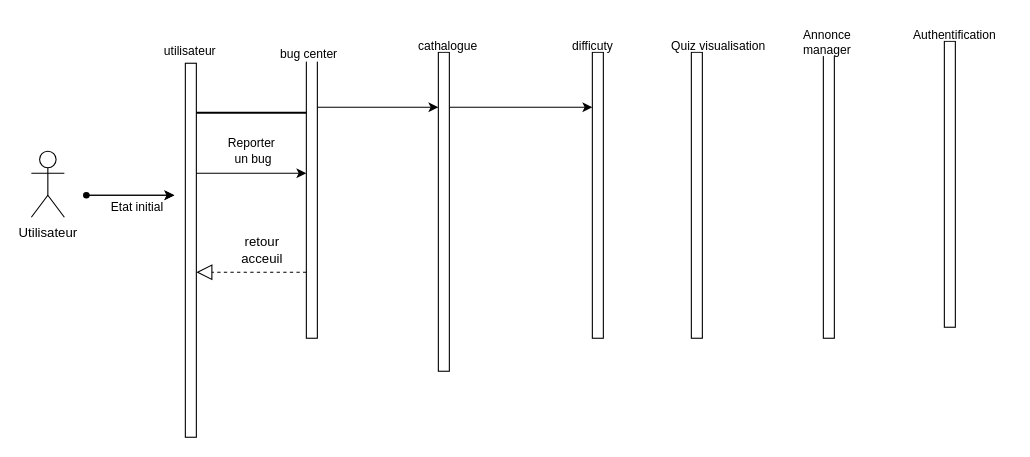
Above: page "Page-2" (2 of 2) of Diagramme sans nom.drawio in murielleflora/test-repositoire (draw.io), before the change. Source tidied: cells renumbered, new cells numbered last; positions are measured from the earlier drawing's top-left corner, leaving out a move shared by most shapes. Both pictures are drawn from the tidied source at 110%, with x=0, y=0 at pixel (31, 19).
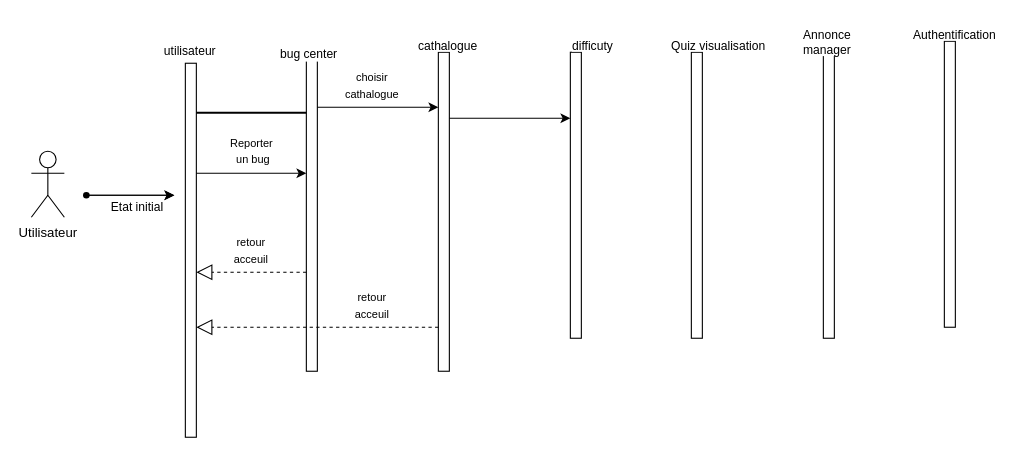
The same diagram, later.

Commit message:
enregitrement du diagramme des sequence

The change refers to these unchanged cells:
```xml
<mxCell id="2" style="html=1;points=[[0,0,0,0,5],[0,1,0,0,-5],[1,0,0,0,5],[1,1,0,0,-5]];perimeter=orthogonalPerimeter;outlineConnect=0;targetShapes=umlLifeline;portConstraint=eastwest;newEdgeStyle={&quot;curved&quot;:0,&quot;rounded&quot;:0};" parent="1" vertex="1">
  <mxGeometry x="140" y="40" width="10" height="340" as="geometry" />
</mxCell>
<mxCell id="8" style="html=1;points=[[0,0,0,0,5],[0,1,0,0,-5],[1,0,0,0,5],[1,1,0,0,-5]];perimeter=orthogonalPerimeter;outlineConnect=0;targetShapes=umlLifeline;portConstraint=eastwest;newEdgeStyle={&quot;curved&quot;:0,&quot;rounded&quot;:0};" parent="1" vertex="1">
  <mxGeometry x="370" y="30" width="10" height="290" as="geometry" />
</mxCell>
```

The edit, as a diff of the source:
```diff
@@
     <mxCell id="7" style="html=1;points=[[0,0,0,0,5],[0,1,0,0,-5],[1,0,0,0,5],[1,1,0,0,-5]];perimeter=orthogonalPerimeter;outlineConnect=0;targetShapes=umlLifeline;portConstraint=eastwest;newEdgeStyle={&quot;curved&quot;:0,&quot;rounded&quot;:0};" parent="1" vertex="1">
-      <mxGeometry x="250" y="30" width="10" height="260" as="geometry" />
+      <mxGeometry x="250" y="30" width="10" height="290" as="geometry" />
     </mxCell>
@@
     <mxCell id="9" style="html=1;perimeter=orthogonalPerimeter;targetShapes=umlLifeline;newEdgeStyle={&quot;curved&quot;:0,&quot;rounded&quot;:0};" parent="1" vertex="1">
-      <mxGeometry x="510" y="30" width="10" height="260" as="geometry" />
+      <mxGeometry x="490" y="30" width="10" height="260" as="geometry" />
     </mxCell>
@@
-    <mxCell id="15" style="endArrow=classic;html=1;rounded=0;" parent="1" edge="1" source="8">
+    <mxCell id="15" style="endArrow=classic;html=1;rounded=0;" parent="1" edge="1">
       <mxGeometry relative="1" as="geometry">
-        <mxPoint x="510" y="80" as="targetPoint" />
+        <mxPoint x="380" y="90" as="sourcePoint" />
+        <mxPoint x="490" y="90" as="targetPoint" />
       </mxGeometry>
     </mxCell>
@@
-    <mxCell id="25" value="Reporter&lt;br&gt;&amp;nbsp;un bug" style="endArrow=classic;html=1;rounded=0;" parent="1" edge="1" source="2" target="7">
+    <mxCell id="25" value="&lt;font style=&quot;font-size: 10px;&quot;&gt;Reporter&lt;br&gt;&amp;nbsp;un bug&lt;/font&gt;" style="endArrow=classic;html=1;rounded=0;" parent="1" edge="1" source="2" target="7">
       <mxGeometry y="20" relative="1" as="geometry">
         <Array as="points">
           <mxPoint x="220" y="140" />
         </Array>
       </mxGeometry>
     </mxCell>
@@
-    <mxCell id="27" value="retour acceuil" style="text;html=1;strokeColor=none;fillColor=none;align=center;verticalAlign=middle;whiteSpace=wrap;rounded=0;" parent="1" vertex="1">
-      <mxGeometry x="180" y="200" width="60" height="20" as="geometry" />
+    <mxCell id="27" value="&lt;font style=&quot;font-size: 10px;&quot;&gt;retour acceuil&lt;/font&gt;" style="text;html=1;strokeColor=none;fillColor=none;align=center;verticalAlign=middle;whiteSpace=wrap;rounded=0;" parent="1" vertex="1">
+      <mxGeometry x="170" y="200" width="60" height="20" as="geometry" />
     </mxCell>
+    <mxCell id="28" style="endArrow=block;dashed=1;endFill=0;endSize=12;html=1;rounded=0;" parent="1" edge="1">
+      <mxGeometry relative="1" as="geometry">
+        <mxPoint x="370" y="280" as="sourcePoint" />
+        <mxPoint x="150" y="280" as="targetPoint" />
+      </mxGeometry>
+    </mxCell>
+    <mxCell id="29" value="&lt;font style=&quot;font-size: 10px;&quot;&gt;retour acceuil&lt;/font&gt;" style="text;html=1;strokeColor=none;fillColor=none;align=center;verticalAlign=middle;whiteSpace=wrap;rounded=0;" parent="1" vertex="1">
+      <mxGeometry x="280" y="250" width="60" height="20" as="geometry" />
+    </mxCell>
+    <mxCell id="30" value="&lt;font style=&quot;font-size: 10px;&quot;&gt;choisir cathalogue&lt;/font&gt;" style="text;html=1;strokeColor=none;fillColor=none;align=center;verticalAlign=middle;whiteSpace=wrap;rounded=0;" parent="1" vertex="1">
+      <mxGeometry x="280" y="50" width="60" height="20" as="geometry" />
+    </mxCell>
```
